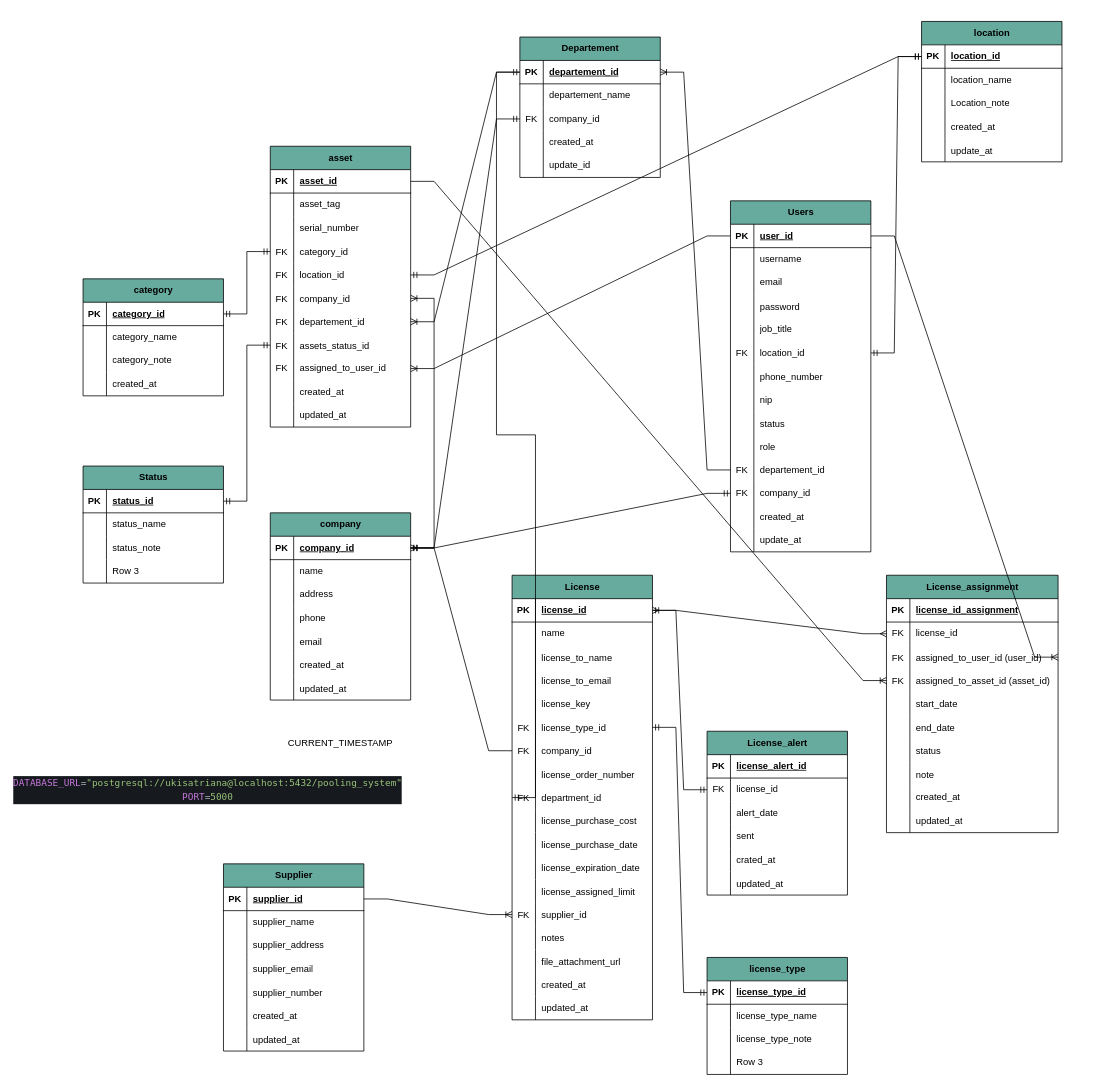
Before: pooling.drawio in ukisatriana/Flow-serv, a draw.io diagram. Source tidied: cells renumbered, new cells numbered last; positions are measured from the earlier drawing's top-left corner, leaving out a move shared by most shapes. Both pictures are drawn from the tidied source at 78%, with x=0, y=0 at pixel (83, 21).
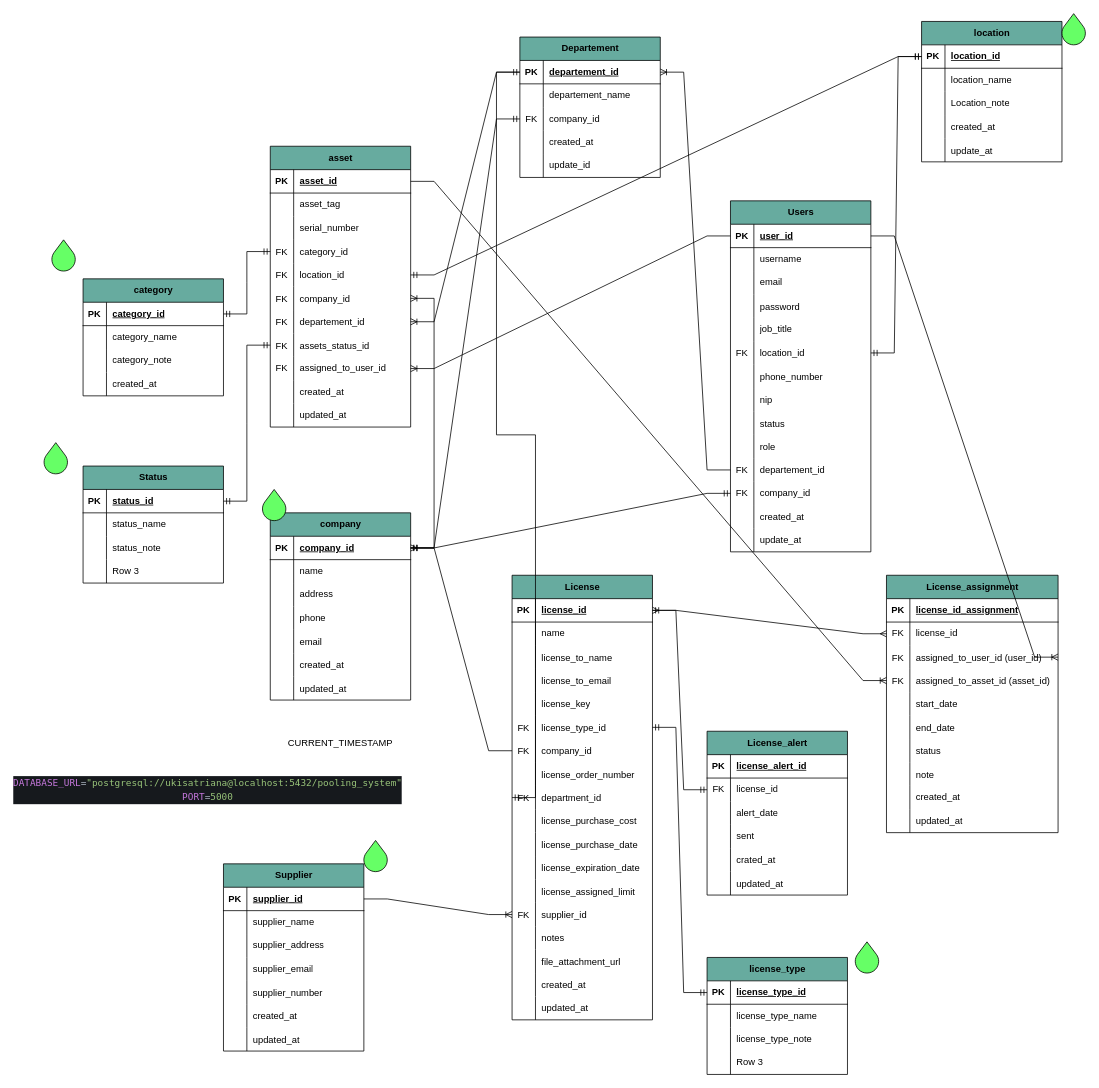
The same page after the edit.

What changed in the source:
```diff
@@
+    <mxCell id="319" style="verticalLabelPosition=bottom;verticalAlign=top;html=1;shape=mxgraph.basic.drop;fillColor=#66FF66;" parent="1" vertex="1">
+      <mxGeometry x="360" y="1050" width="30" height="40" as="geometry" />
+    </mxCell>
+    <mxCell id="320" style="verticalLabelPosition=bottom;verticalAlign=top;html=1;shape=mxgraph.basic.drop;fillColor=#66FF66;" parent="1" vertex="1">
+      <mxGeometry x="990" y="1180" width="30" height="40" as="geometry" />
+    </mxCell>
+    <mxCell id="321" style="verticalLabelPosition=bottom;verticalAlign=top;html=1;shape=mxgraph.basic.drop;fillColor=#66FF66;" parent="1" vertex="1">
+      <mxGeometry x="-50" y="540" width="30" height="40" as="geometry" />
+    </mxCell>
+    <mxCell id="322" style="verticalLabelPosition=bottom;verticalAlign=top;html=1;shape=mxgraph.basic.drop;fillColor=#66FF66;" parent="1" vertex="1">
+      <mxGeometry x="-40" y="280" width="30" height="40" as="geometry" />
+    </mxCell>
+    <mxCell id="323" style="verticalLabelPosition=bottom;verticalAlign=top;html=1;shape=mxgraph.basic.drop;fillColor=#66FF66;" parent="1" vertex="1">
+      <mxGeometry x="1255" y="-10" width="30" height="40" as="geometry" />
+    </mxCell>
+    <mxCell id="324" style="verticalLabelPosition=bottom;verticalAlign=top;html=1;shape=mxgraph.basic.drop;fillColor=#66FF66;" parent="1" vertex="1">
+      <mxGeometry x="230" y="600" width="30" height="40" as="geometry" />
+    </mxCell>
```
